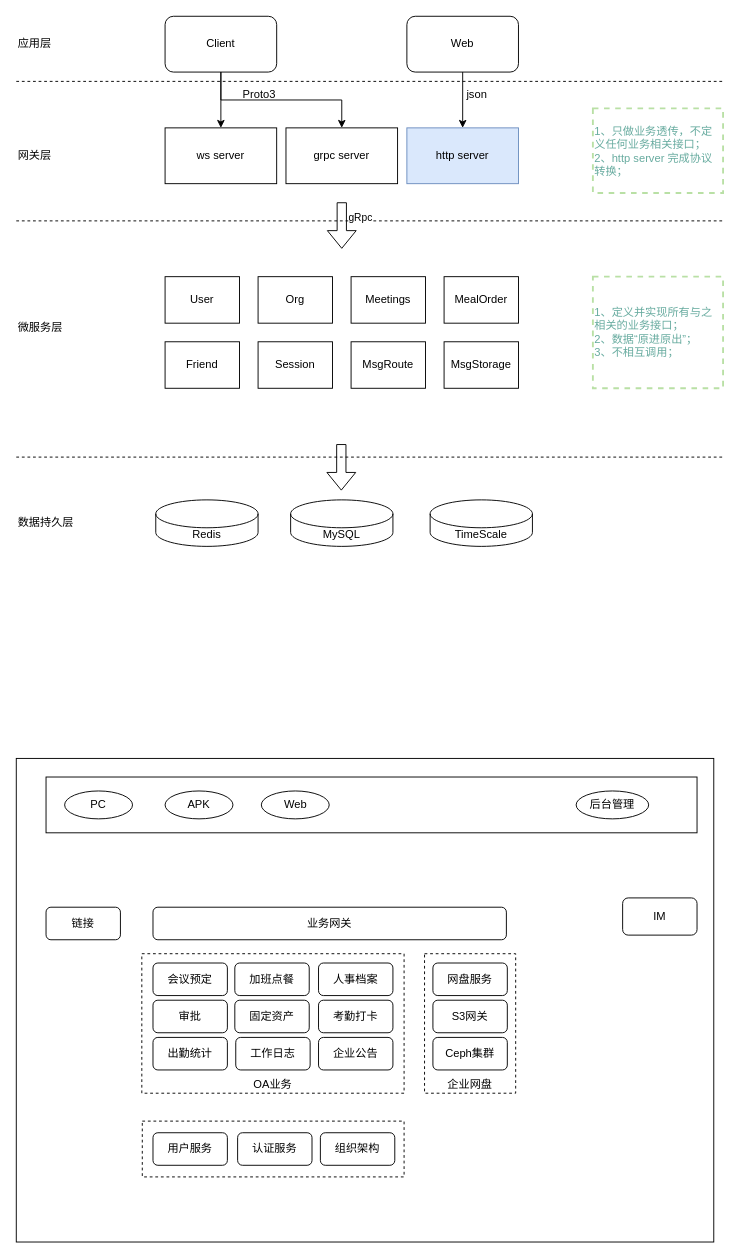
The draw.io diagram page "OA架构图" (3 of 4) of StreamOA架构设计.drawio in zebra-min/my-design, before the edit. Source tidied: cells renumbered, new cells numbered last; positions are measured from the earlier drawing's top-left corner, leaving out a move shared by most shapes. Both pictures are drawn from the tidied source at 93%, with x=0, y=0 at pixel (16, 16).
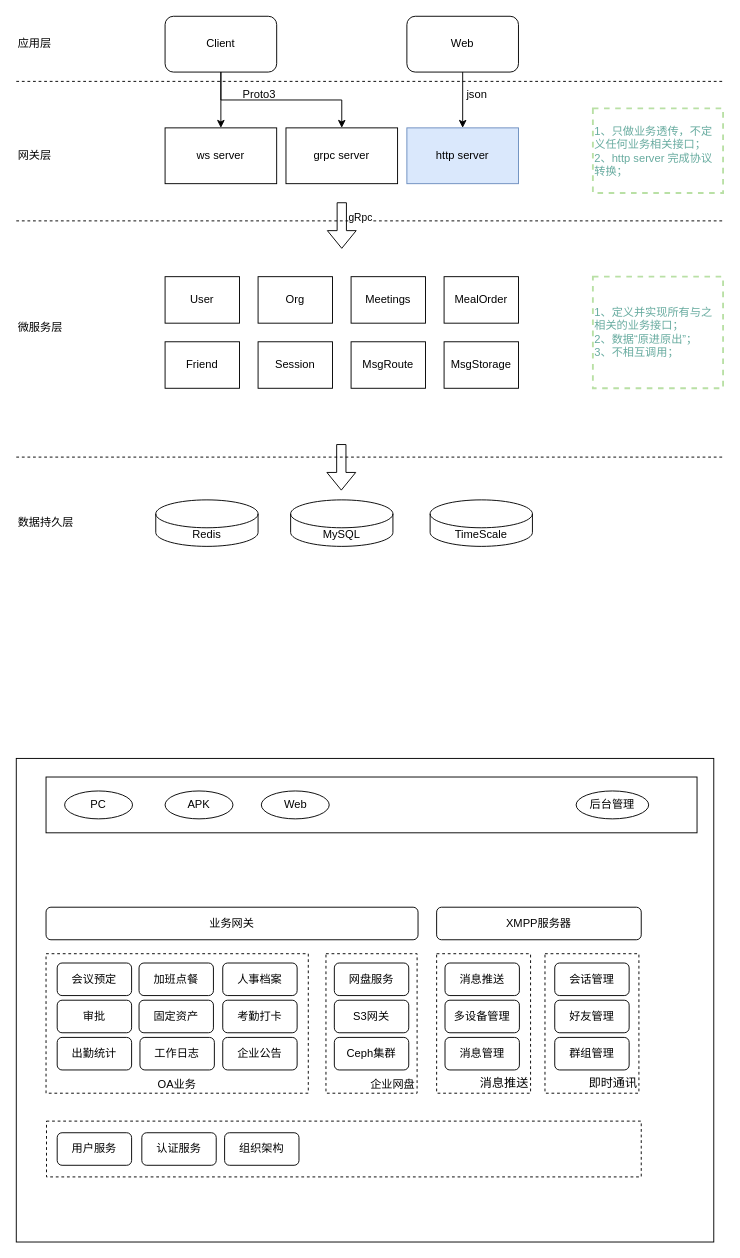
The same page after the edit.

Commit message:
更新StreamOA架构设计.drawio

Change to the diagram source:
```diff
@@
     <mxCell id="40" value="OA业务" style="rounded=0;whiteSpace=wrap;html=1;fillStyle=auto;dashed=1;fillColor=none;verticalAlign=bottom;align=center;" parent="1" vertex="1">
-      <mxGeometry x="135" y="1008" width="282" height="150" as="geometry" />
+      <mxGeometry x="32" y="1008" width="282" height="150" as="geometry" />
     </mxCell>
     <mxCell id="41" value="业务网关" style="rounded=1;whiteSpace=wrap;html=1;" parent="1" vertex="1">
-      <mxGeometry x="147" y="958" width="380" height="35" as="geometry" />
+      <mxGeometry x="32" y="958" width="400" height="35" as="geometry" />
     </mxCell>
-    <mxCell id="42" value="链接" style="rounded=1;whiteSpace=wrap;html=1;" parent="1" vertex="1">
-      <mxGeometry x="32" y="958" width="80" height="35" as="geometry" />
+    <mxCell id="42" value="XMPP服务器" style="rounded=1;whiteSpace=wrap;html=1;" parent="1" vertex="1">
+      <mxGeometry x="452" y="958" width="220" height="35" as="geometry" />
     </mxCell>
-    <mxCell id="43" value="IM" style="rounded=1;whiteSpace=wrap;html=1;" parent="1" vertex="1">
-      <mxGeometry x="652" y="948" width="80" height="40" as="geometry" />
-    </mxCell>
@@
     <mxCell id="45" value="会议预定" style="rounded=1;whiteSpace=wrap;html=1;" parent="1" vertex="1">
-      <mxGeometry x="147" y="1018" width="80" height="35" as="geometry" />
+      <mxGeometry x="44" y="1018" width="80" height="35" as="geometry" />
     </mxCell>
     <mxCell id="46" value="加班点餐" style="rounded=1;whiteSpace=wrap;html=1;" parent="1" vertex="1">
-      <mxGeometry x="235" y="1018" width="80" height="35" as="geometry" />
+      <mxGeometry x="132" y="1018" width="80" height="35" as="geometry" />
     </mxCell>
     <mxCell id="47" value="人事档案" style="rounded=1;whiteSpace=wrap;html=1;" parent="1" vertex="1">
-      <mxGeometry x="325" y="1018" width="80" height="35" as="geometry" />
+      <mxGeometry x="222" y="1018" width="80" height="35" as="geometry" />
     </mxCell>
     <mxCell id="48" value="审批" style="rounded=1;whiteSpace=wrap;html=1;" parent="1" vertex="1">
-      <mxGeometry x="147" y="1058" width="80" height="35" as="geometry" />
+      <mxGeometry x="44" y="1058" width="80" height="35" as="geometry" />
     </mxCell>
     <mxCell id="49" value="固定资产" style="rounded=1;whiteSpace=wrap;html=1;" parent="1" vertex="1">
-      <mxGeometry x="235" y="1058" width="80" height="35" as="geometry" />
+      <mxGeometry x="132" y="1058" width="80" height="35" as="geometry" />
     </mxCell>
     <mxCell id="50" value="考勤打卡" style="rounded=1;whiteSpace=wrap;html=1;" parent="1" vertex="1">
-      <mxGeometry x="325" y="1058" width="80" height="35" as="geometry" />
+      <mxGeometry x="222" y="1058" width="80" height="35" as="geometry" />
     </mxCell>
     <mxCell id="51" value="企业公告" style="rounded=1;whiteSpace=wrap;html=1;" parent="1" vertex="1">
-      <mxGeometry x="325" y="1098" width="80" height="35" as="geometry" />
+      <mxGeometry x="222" y="1098" width="80" height="35" as="geometry" />
     </mxCell>
     <mxCell id="52" value="出勤统计" style="rounded=1;whiteSpace=wrap;html=1;" parent="1" vertex="1">
-      <mxGeometry x="147" y="1098" width="80" height="35" as="geometry" />
+      <mxGeometry x="44" y="1098" width="80" height="35" as="geometry" />
     </mxCell>
     <mxCell id="53" value="工作日志" style="rounded=1;whiteSpace=wrap;html=1;" parent="1" vertex="1">
-      <mxGeometry x="236" y="1098" width="80" height="35" as="geometry" />
+      <mxGeometry x="133" y="1098" width="80" height="35" as="geometry" />
     </mxCell>
     <mxCell id="54" style="rounded=0;whiteSpace=wrap;html=1;fillStyle=auto;dashed=1;fillColor=none;" parent="1" vertex="1">
-      <mxGeometry x="135.5" y="1188" width="281.5" height="60" as="geometry" />
+      <mxGeometry x="32.5" y="1188" width="639.5" height="60" as="geometry" />
     </mxCell>
     <mxCell id="55" value="用户服务" style="rounded=1;whiteSpace=wrap;html=1;" parent="1" vertex="1">
-      <mxGeometry x="147" y="1200.5" width="80" height="35" as="geometry" />
+      <mxGeometry x="44" y="1200.5" width="80" height="35" as="geometry" />
     </mxCell>
     <mxCell id="56" value="认证服务" style="rounded=1;whiteSpace=wrap;html=1;" parent="1" vertex="1">
-      <mxGeometry x="238" y="1200.5" width="80" height="35" as="geometry" />
+      <mxGeometry x="135" y="1200.5" width="80" height="35" as="geometry" />
     </mxCell>
     <mxCell id="57" value="组织架构" style="rounded=1;whiteSpace=wrap;html=1;" parent="1" vertex="1">
-      <mxGeometry x="327" y="1200.5" width="80" height="35" as="geometry" />
+      <mxGeometry x="224" y="1200.5" width="80" height="35" as="geometry" />
     </mxCell>
-    <mxCell id="58" value="企业网盘" style="rounded=0;whiteSpace=wrap;html=1;fillStyle=auto;dashed=1;fillColor=none;verticalAlign=bottom;align=center;" parent="1" vertex="1">
-      <mxGeometry x="439" y="1008" width="98" height="150" as="geometry" />
+    <mxCell id="58" value="企业网盘" style="rounded=0;whiteSpace=wrap;html=1;fillStyle=auto;dashed=1;fillColor=none;verticalAlign=bottom;align=right;" parent="1" vertex="1">
+      <mxGeometry x="333" y="1008" width="98" height="150" as="geometry" />
     </mxCell>
     <mxCell id="59" value="网盘服务" style="rounded=1;whiteSpace=wrap;html=1;" parent="1" vertex="1">
-      <mxGeometry x="448" y="1018" width="80" height="35" as="geometry" />
+      <mxGeometry x="342" y="1018" width="80" height="35" as="geometry" />
     </mxCell>
     <mxCell id="60" value="S3网关" style="rounded=1;whiteSpace=wrap;html=1;" parent="1" vertex="1">
-      <mxGeometry x="448" y="1058" width="80" height="35" as="geometry" />
+      <mxGeometry x="342" y="1058" width="80" height="35" as="geometry" />
     </mxCell>
     <mxCell id="61" value="Ceph集群" style="rounded=1;whiteSpace=wrap;html=1;" parent="1" vertex="1">
-      <mxGeometry x="448" y="1098" width="80" height="35" as="geometry" />
+      <mxGeometry x="342" y="1098" width="80" height="35" as="geometry" />
     </mxCell>
+    <mxCell id="62" value="消息推送" style="rounded=0;whiteSpace=wrap;html=1;fillStyle=auto;dashed=1;fillColor=none;verticalAlign=bottom;align=right;fontFamily=Helvetica;fontSize=13;" parent="1" vertex="1">
+      <mxGeometry x="452" y="1008" width="101" height="150" as="geometry" />
+    </mxCell>
+    <mxCell id="63" value="消息推送" style="rounded=1;whiteSpace=wrap;html=1;" parent="1" vertex="1">
+      <mxGeometry x="461" y="1018" width="80" height="35" as="geometry" />
+    </mxCell>
+    <mxCell id="64" value="多设备管理" style="rounded=1;whiteSpace=wrap;html=1;" parent="1" vertex="1">
+      <mxGeometry x="461" y="1058" width="80" height="35" as="geometry" />
+    </mxCell>
+    <mxCell id="65" value="消息管理" style="rounded=1;whiteSpace=wrap;html=1;" parent="1" vertex="1">
+      <mxGeometry x="461" y="1098" width="80" height="35" as="geometry" />
+    </mxCell>
+    <mxCell id="66" value="即时通讯" style="rounded=0;whiteSpace=wrap;html=1;fillStyle=auto;dashed=1;fillColor=none;verticalAlign=bottom;align=right;fontFamily=Helvetica;fontSize=13;" parent="1" vertex="1">
+      <mxGeometry x="568.5" y="1008" width="101" height="150" as="geometry" />
+    </mxCell>
+    <mxCell id="67" value="会话管理" style="rounded=1;whiteSpace=wrap;html=1;" parent="1" vertex="1">
+      <mxGeometry x="579" y="1018" width="80" height="35" as="geometry" />
+    </mxCell>
+    <mxCell id="68" value="好友管理" style="rounded=1;whiteSpace=wrap;html=1;" parent="1" vertex="1">
+      <mxGeometry x="579" y="1058" width="80" height="35" as="geometry" />
+    </mxCell>
+    <mxCell id="69" value="群组管理" style="rounded=1;whiteSpace=wrap;html=1;" parent="1" vertex="1">
+      <mxGeometry x="579" y="1098" width="80" height="35" as="geometry" />
+    </mxCell>
```
